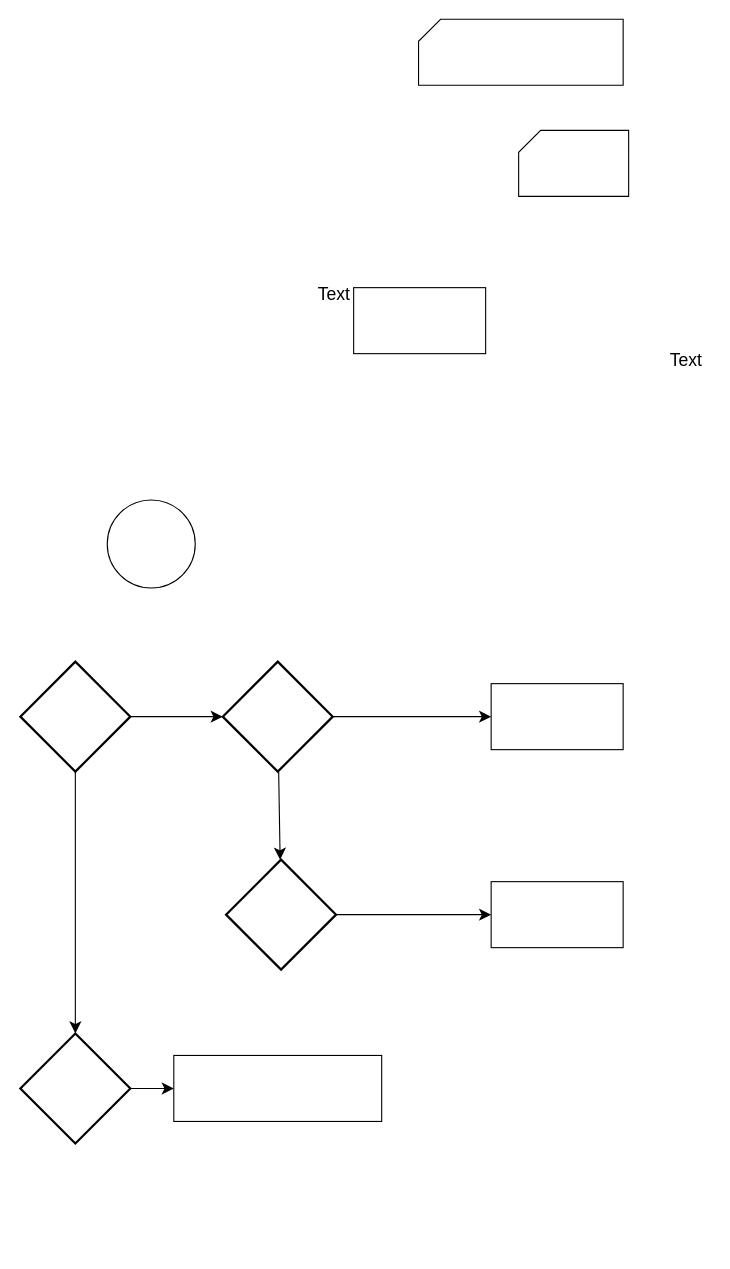
The draw.io diagram Lpm 2.drawio in rapf10/Algo_C_23241108, before the edit. Source tidied: cells renumbered, new cells numbered last; positions are measured from the earlier drawing's top-left corner, leaving out a move shared by most shapes. Both pictures are drawn from the tidied source at 110%, with x=0, y=0 at pixel (20, 19).
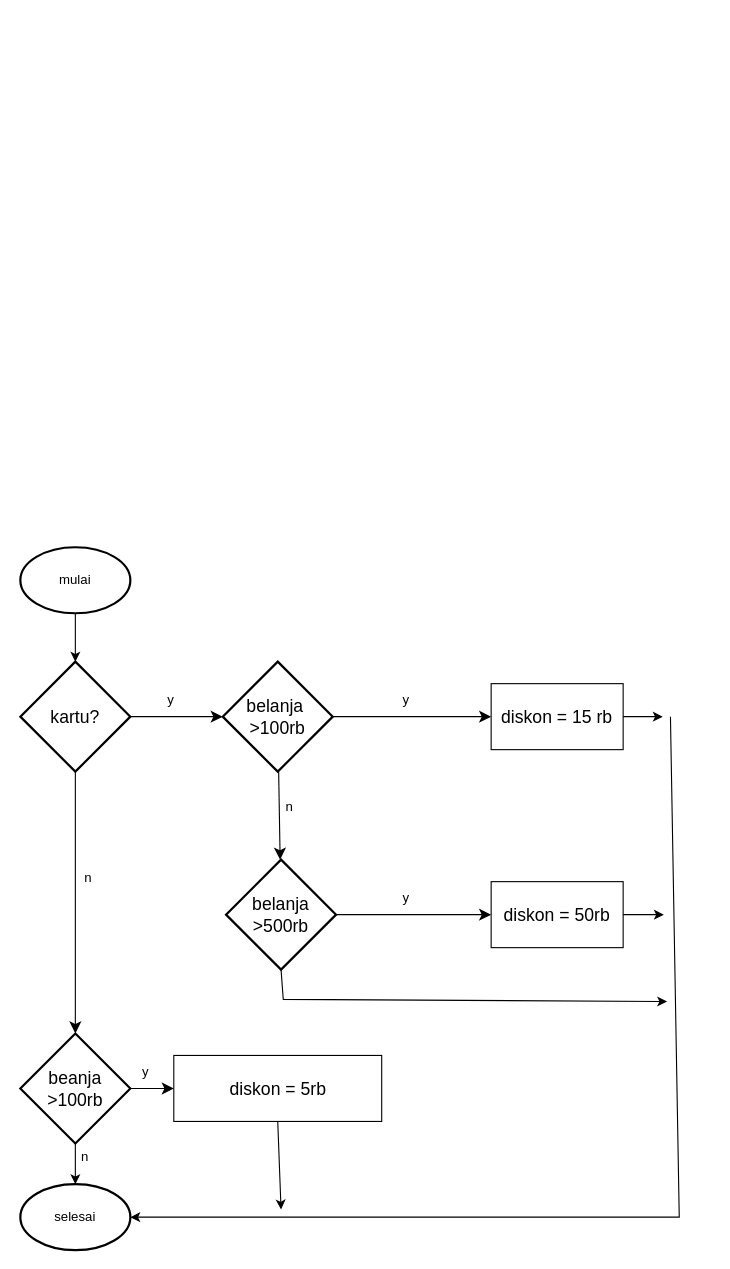
After the change.

What changed in the source:
```diff
@@
-    <mxCell id="2" style="whiteSpace=wrap;html=1;fontSize=16;" parent="1" vertex="1">
+    <mxCell id="2" value="diskon = 50rb" style="whiteSpace=wrap;html=1;fontSize=16;" parent="1" vertex="1">
       <mxGeometry x="428" y="784" width="120" height="60" as="geometry" />
     </mxCell>
-    <mxCell id="3" style="whiteSpace=wrap;html=1;fontSize=16;" parent="1" vertex="1">
+    <mxCell id="3" value="diskon = 5rb" style="whiteSpace=wrap;html=1;fontSize=16;" parent="1" vertex="1">
       <mxGeometry x="139.5" y="942" width="189" height="60" as="geometry" />
     </mxCell>
-    <mxCell id="4" style="whiteSpace=wrap;html=1;fontSize=16;" parent="1" vertex="1">
+    <mxCell id="4" value="diskon = 15 rb" style="whiteSpace=wrap;html=1;fontSize=16;" parent="1" vertex="1">
       <mxGeometry x="428" y="604" width="120" height="60" as="geometry" />
     </mxCell>
@@
-    <mxCell id="6" style="strokeWidth=2;html=1;shape=mxgraph.flowchart.decision;whiteSpace=wrap;fontSize=16;" parent="1" vertex="1">
+    <mxCell id="6" value="belanja&lt;br&gt;&amp;gt;500rb" style="strokeWidth=2;html=1;shape=mxgraph.flowchart.decision;whiteSpace=wrap;fontSize=16;" parent="1" vertex="1">
       <mxGeometry x="187" y="764" width="100" height="100" as="geometry" />
     </mxCell>
@@
-    <mxCell id="9" style="strokeWidth=2;html=1;shape=mxgraph.flowchart.decision;whiteSpace=wrap;fontSize=16;" parent="1" vertex="1">
+    <mxCell id="9" value="belanja&amp;nbsp;&lt;br&gt;&amp;gt;100rb" style="strokeWidth=2;html=1;shape=mxgraph.flowchart.decision;whiteSpace=wrap;fontSize=16;" parent="1" vertex="1">
       <mxGeometry x="184" y="584" width="100" height="100" as="geometry" />
     </mxCell>
-    <mxCell id="10" style="verticalLabelPosition=bottom;verticalAlign=top;html=1;shape=card;whiteSpace=wrap;size=20;arcSize=12;fontSize=16;" parent="1" vertex="1">
-      <mxGeometry x="362" width="186" height="60" as="geometry" />
-    </mxCell>
-    <mxCell id="11" style="verticalLabelPosition=bottom;verticalAlign=top;html=1;shape=card;whiteSpace=wrap;size=20;arcSize=12;fontSize=16;" parent="1" vertex="1">
-      <mxGeometry x="453" y="101" width="100" height="60" as="geometry" />
-    </mxCell>
@@
-    <mxCell id="13" style="strokeWidth=2;html=1;shape=mxgraph.flowchart.decision;whiteSpace=wrap;fontSize=16;" parent="1" vertex="1">
+    <mxCell id="13" value="kartu?" style="strokeWidth=2;html=1;shape=mxgraph.flowchart.decision;whiteSpace=wrap;fontSize=16;" parent="1" vertex="1">
       <mxGeometry y="584" width="100" height="100" as="geometry" />
     </mxCell>
@@
+    <mxCell id="21" style="edgeStyle=orthogonalEdgeStyle;rounded=0;jettySize=auto;html=1;" parent="1" edge="1" source="15" target="24">
+      <mxGeometry relative="1" as="geometry" />
+    </mxCell>
-    <mxCell id="15" style="strokeWidth=2;html=1;shape=mxgraph.flowchart.decision;whiteSpace=wrap;fontSize=16;" parent="1" vertex="1">
+    <mxCell id="15" value="beanja&lt;br&gt;&amp;gt;100rb" style="strokeWidth=2;html=1;shape=mxgraph.flowchart.decision;whiteSpace=wrap;fontSize=16;" parent="1" vertex="1">
       <mxGeometry y="922" width="100" height="100" as="geometry" />
     </mxCell>
@@
-    <mxCell id="17" value="Text" style="text;html=1;align=center;verticalAlign=middle;strokeColor=none;fillColor=none;fontSize=16;" parent="1" vertex="1">
-      <mxGeometry x="580" y="294" width="49" height="31" as="geometry" />
-    </mxCell>
-    <mxCell id="18" style="ellipse;whiteSpace=wrap;html=1;fontSize=16;" parent="1" vertex="1">
-      <mxGeometry x="79" y="437" width="80" height="80" as="geometry" />
-    </mxCell>
-    <mxCell id="19" value="Text" style="text;html=1;align=center;verticalAlign=middle;strokeColor=none;fillColor=none;fontSize=16;" parent="1" vertex="1">
-      <mxGeometry x="260" y="234" width="49" height="31" as="geometry" />
-    </mxCell>
-    <mxCell id="20" style="whiteSpace=wrap;html=1;fontSize=16;" parent="1" vertex="1">
-      <mxGeometry x="303" y="244" width="120" height="60" as="geometry" />
-    </mxCell>
+    <mxCell id="22" style="edgeStyle=orthogonalEdgeStyle;rounded=0;jettySize=auto;html=1;" parent="1" edge="1" source="23" target="13">
+      <mxGeometry relative="1" as="geometry" />
+    </mxCell>
+    <mxCell id="23" value="mulai" style="strokeWidth=2;html=1;shape=mxgraph.flowchart.start_1;whiteSpace=wrap;" parent="1" vertex="1">
+      <mxGeometry y="480" width="100" height="60" as="geometry" />
+    </mxCell>
+    <mxCell id="24" value="selesai" style="strokeWidth=2;html=1;shape=mxgraph.flowchart.start_1;whiteSpace=wrap;" parent="1" vertex="1">
+      <mxGeometry y="1059" width="100" height="60" as="geometry" />
+    </mxCell>
+    <mxCell id="25" value="y" style="text;html=1;strokeColor=none;fillColor=none;align=center;verticalAlign=middle;whiteSpace=wrap;rounded=0;" parent="1" vertex="1">
+      <mxGeometry x="107" y="604" width="60" height="30" as="geometry" />
+    </mxCell>
+    <mxCell id="26" value="n" style="text;html=1;strokeColor=none;fillColor=none;align=center;verticalAlign=middle;whiteSpace=wrap;rounded=0;" parent="1" vertex="1">
+      <mxGeometry x="32" y="766" width="60" height="30" as="geometry" />
+    </mxCell>
+    <mxCell id="27" value="y" style="text;html=1;strokeColor=none;fillColor=none;align=center;verticalAlign=middle;whiteSpace=wrap;rounded=0;" parent="1" vertex="1">
+      <mxGeometry x="321" y="604" width="60" height="30" as="geometry" />
+    </mxCell>
+    <mxCell id="28" value="n" style="text;html=1;strokeColor=none;fillColor=none;align=center;verticalAlign=middle;whiteSpace=wrap;rounded=0;" parent="1" vertex="1">
+      <mxGeometry x="215" y="701" width="60" height="30" as="geometry" />
+    </mxCell>
+    <mxCell id="29" value="y" style="text;html=1;strokeColor=none;fillColor=none;align=center;verticalAlign=middle;whiteSpace=wrap;rounded=0;" parent="1" vertex="1">
+      <mxGeometry x="321" y="784" width="60" height="30" as="geometry" />
+    </mxCell>
+    <mxCell id="30" value="y" style="text;html=1;strokeColor=none;fillColor=none;align=center;verticalAlign=middle;whiteSpace=wrap;rounded=0;" parent="1" vertex="1">
+      <mxGeometry x="84" y="942" width="60" height="30" as="geometry" />
+    </mxCell>
+    <mxCell id="31" value="n" style="text;html=1;strokeColor=none;fillColor=none;align=center;verticalAlign=middle;whiteSpace=wrap;rounded=0;" parent="1" vertex="1">
+      <mxGeometry x="29" y="1019" width="60" height="30" as="geometry" />
+    </mxCell>
+    <mxCell id="32" style="endArrow=classic;html=1;rounded=0;exitX=1;exitY=0.5;exitDx=0;exitDy=0;" parent="1" edge="1" source="4">
+      <mxGeometry relative="1" as="geometry">
+        <mxPoint x="584" y="634" as="targetPoint" />
+      </mxGeometry>
+    </mxCell>
+    <mxCell id="33" style="endArrow=classic;html=1;rounded=0;exitX=1;exitY=0.5;exitDx=0;exitDy=0;" parent="1" edge="1" source="2">
+      <mxGeometry relative="1" as="geometry">
+        <mxPoint x="585" y="814" as="targetPoint" />
+      </mxGeometry>
+    </mxCell>
+    <mxCell id="34" style="endArrow=classic;html=1;rounded=0;exitX=0.5;exitY=1;exitDx=0;exitDy=0;exitPerimeter=0;" parent="1" edge="1" source="6">
+      <mxGeometry relative="1" as="geometry">
+        <mxPoint x="588" y="893" as="targetPoint" />
+        <Array as="points">
+          <mxPoint x="239" y="891" />
+        </Array>
+      </mxGeometry>
+    </mxCell>
+    <mxCell id="35" style="endArrow=classic;html=1;rounded=0;entryX=1;entryY=0.5;entryDx=0;entryDy=0;entryPerimeter=0;" parent="1" edge="1" target="24">
+      <mxGeometry relative="1" as="geometry">
+        <mxPoint x="591" y="634" as="sourcePoint" />
+        <Array as="points">
+          <mxPoint x="599" y="1089" />
+        </Array>
+      </mxGeometry>
+    </mxCell>
+    <mxCell id="36" style="endArrow=classic;html=1;rounded=0;exitX=0.5;exitY=1;exitDx=0;exitDy=0;" parent="1" edge="1" source="3">
+      <mxGeometry relative="1" as="geometry">
+        <mxPoint x="237" y="1082" as="targetPoint" />
+      </mxGeometry>
+    </mxCell>
```
